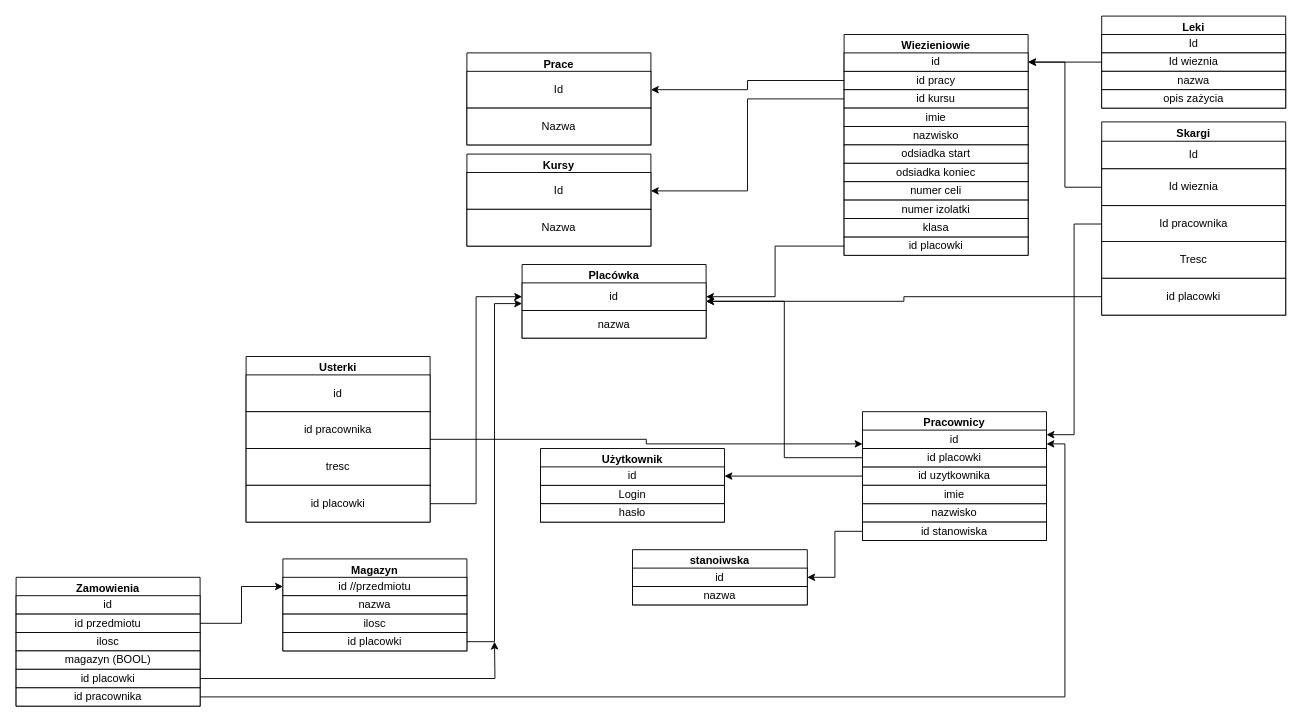
This is Baza.drawio from xLaskawy/podstawy_inzynierii_programowania_projekt, a draw.io file, before an edit. Source tidied: cells renumbered, new cells numbered last; positions are measured from the earlier drawing's top-left corner, leaving out a move shared by most shapes. Both pictures are drawn from the tidied source at 92%, with x=0, y=0 at pixel (16, 16).
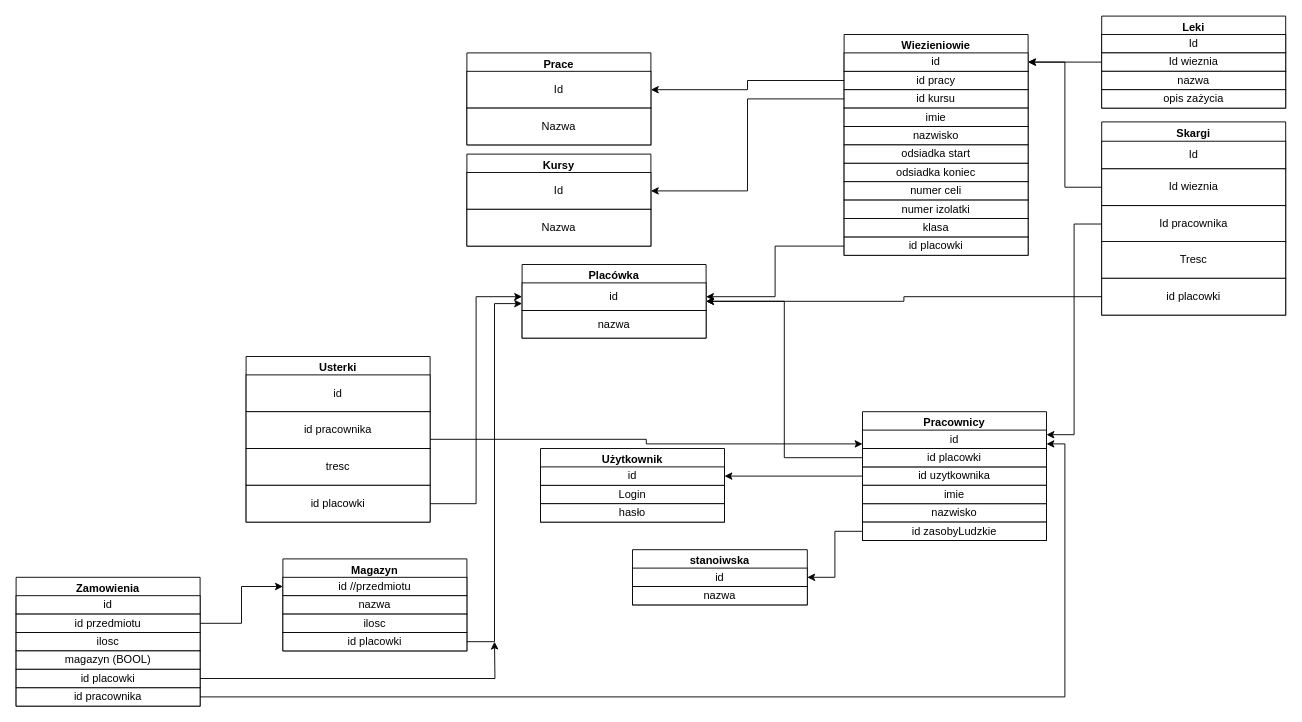
After the change.

The change refers to these unchanged cells:
```xml
<mxCell id="30" value="Pracownicy" style="swimlane;" parent="1" vertex="1">
  <mxGeometry x="920" y="430" width="200" height="140" as="geometry" />
</mxCell>
```

The edit, as a diff of the source:
```diff
@@
-    <mxCell id="36" value="id stanowiska" style="whiteSpace=wrap;html=1;" parent="30" vertex="1">
+    <mxCell id="36" value="id zasobyLudzkie" style="whiteSpace=wrap;html=1;" parent="30" vertex="1">
       <mxGeometry y="120" width="200" height="20" as="geometry" />
     </mxCell>
```
